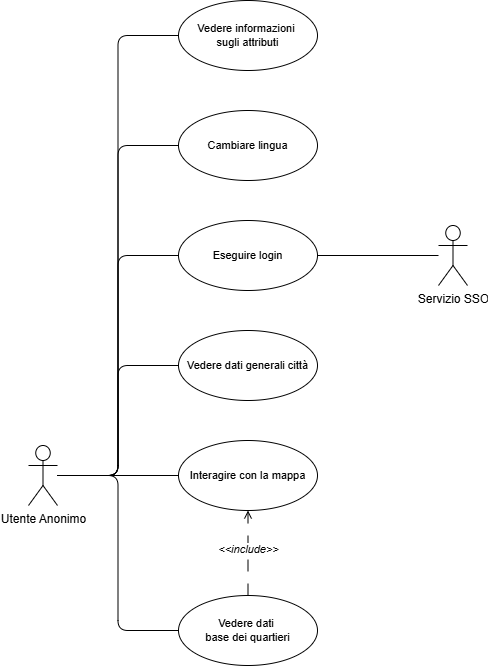
Earlier version of the draw.io export deliverable/images/UseCase_diagrams/Utente_Anonimo.drawio.png (lucafano04/progettoIngenieriaSoftware). Source tidied: cells renumbered, new cells last; positions are measured from the earlier drawing's top-left corner, leaving out a move shared by most shapes. Its diagram source:
```xml
<mxGraphModel background="#FFFFFF">
  <root>
    <mxCell id="0" />
    <mxCell id="1" parent="0" />
    <mxCell id="2" style="edgeStyle=orthogonalEdgeStyle;shape=connector;curved=0;rounded=1;jettySize=auto;html=1;entryX=0;entryY=0.5;entryDx=0;entryDy=0;strokeColor=default;align=center;verticalAlign=middle;fontFamily=Helvetica;fontSize=11;fontColor=default;labelBackgroundColor=default;endArrow=none;endFill=0;" parent="1" edge="1" source="8" target="12">
      <mxGeometry relative="1" as="geometry" />
    </mxCell>
    <mxCell id="3" style="edgeStyle=orthogonalEdgeStyle;shape=connector;curved=0;rounded=1;jettySize=auto;html=1;entryX=0;entryY=0.5;entryDx=0;entryDy=0;strokeColor=default;align=center;verticalAlign=middle;fontFamily=Helvetica;fontSize=11;fontColor=default;labelBackgroundColor=default;endArrow=none;endFill=0;" parent="1" edge="1" source="8" target="9">
      <mxGeometry relative="1" as="geometry" />
    </mxCell>
    <mxCell id="4" style="edgeStyle=orthogonalEdgeStyle;shape=connector;curved=0;rounded=1;jettySize=auto;html=1;entryX=0;entryY=0.5;entryDx=0;entryDy=0;strokeColor=default;align=center;verticalAlign=middle;fontFamily=Helvetica;fontSize=11;fontColor=default;labelBackgroundColor=default;endArrow=none;endFill=0;" parent="1" edge="1" source="8" target="13">
      <mxGeometry relative="1" as="geometry" />
    </mxCell>
    <mxCell id="5" style="edgeStyle=orthogonalEdgeStyle;shape=connector;curved=0;rounded=1;jettySize=auto;html=1;entryX=0;entryY=0.5;entryDx=0;entryDy=0;strokeColor=default;align=center;verticalAlign=middle;fontFamily=Helvetica;fontSize=11;fontColor=default;labelBackgroundColor=default;endArrow=none;endFill=0;" parent="1" edge="1" source="8" target="10">
      <mxGeometry relative="1" as="geometry" />
    </mxCell>
    <mxCell id="6" style="edgeStyle=orthogonalEdgeStyle;shape=connector;curved=0;rounded=1;jettySize=auto;html=1;entryX=0;entryY=0.5;entryDx=0;entryDy=0;strokeColor=default;align=center;verticalAlign=middle;fontFamily=Helvetica;fontSize=11;fontColor=default;labelBackgroundColor=default;endArrow=none;endFill=0;" parent="1" edge="1" source="8" target="17">
      <mxGeometry relative="1" as="geometry" />
    </mxCell>
    <mxCell id="7" style="edgeStyle=orthogonalEdgeStyle;rounded=1;jettySize=auto;html=1;curved=0;endArrow=none;endFill=0;" parent="1" edge="1" source="8" target="14">
      <mxGeometry relative="1" as="geometry" />
    </mxCell>
    <mxCell id="8" value="Utente Anonimo" style="shape=umlActor;verticalLabelPosition=bottom;verticalAlign=top;html=1;outlineConnect=0;" parent="1" vertex="1">
      <mxGeometry y="445" width="29" height="60" as="geometry" />
    </mxCell>
    <mxCell id="9" value="Cambiare lingua" style="ellipse;whiteSpace=wrap;html=1;fontFamily=Helvetica;fontSize=11;fontColor=default;labelBackgroundColor=default;" parent="1" vertex="1">
      <mxGeometry x="150" y="110" width="139" height="70" as="geometry" />
    </mxCell>
    <mxCell id="10" value="Vedere dati generali città" style="ellipse;whiteSpace=wrap;html=1;fontFamily=Helvetica;fontSize=11;fontColor=default;labelBackgroundColor=default;" parent="1" vertex="1">
      <mxGeometry x="150" y="330" width="139" height="70" as="geometry" />
    </mxCell>
    <mxCell id="11" value="&lt;i style=&quot;&quot;&gt;&amp;lt;&amp;lt;include&amp;gt;&amp;gt;&lt;/i&gt;" style="edgeStyle=orthogonalEdgeStyle;shape=connector;curved=0;rounded=1;jettySize=auto;html=1;strokeColor=default;align=center;verticalAlign=middle;fontFamily=Helvetica;fontSize=11;fontColor=default;labelBackgroundColor=default;endArrow=open;endFill=0;startArrow=none;startFill=0;dashed=1;dashPattern=12 12;" parent="1" edge="1" source="12" target="14">
      <mxGeometry x="0.08" relative="1" as="geometry" />
    </mxCell>
    <mxCell id="12" value="Vedere dati&amp;nbsp;&lt;div&gt;base dei quartieri&lt;/div&gt;" style="ellipse;whiteSpace=wrap;html=1;fontFamily=Helvetica;fontSize=11;fontColor=default;labelBackgroundColor=default;" parent="1" vertex="1">
      <mxGeometry x="150" y="595" width="139" height="70" as="geometry" />
    </mxCell>
    <mxCell id="13" value="Eseguire login" style="ellipse;whiteSpace=wrap;html=1;fontFamily=Helvetica;fontSize=11;fontColor=default;labelBackgroundColor=default;" parent="1" vertex="1">
      <mxGeometry x="150" y="220" width="139" height="70" as="geometry" />
    </mxCell>
    <mxCell id="14" value="Interagire con la mappa" style="ellipse;whiteSpace=wrap;html=1;fontFamily=Helvetica;fontSize=11;fontColor=default;labelBackgroundColor=default;" parent="1" vertex="1">
      <mxGeometry x="150" y="440" width="139" height="70" as="geometry" />
    </mxCell>
    <mxCell id="15" style="edgeStyle=orthogonalEdgeStyle;rounded=1;jettySize=auto;html=1;entryX=1;entryY=0.5;entryDx=0;entryDy=0;curved=0;endArrow=none;endFill=0;" parent="1" edge="1" source="16" target="13">
      <mxGeometry relative="1" as="geometry" />
    </mxCell>
    <mxCell id="16" value="Servizio SSO" style="shape=umlActor;verticalLabelPosition=bottom;verticalAlign=top;html=1;" parent="1" vertex="1">
      <mxGeometry x="410" y="225" width="29" height="60" as="geometry" />
    </mxCell>
    <mxCell id="17" value="Vedere informazioni&amp;nbsp;&lt;div&gt;sugli attributi&lt;/div&gt;" style="ellipse;whiteSpace=wrap;html=1;fontFamily=Helvetica;fontSize=11;fontColor=default;labelBackgroundColor=default;" parent="1" vertex="1">
      <mxGeometry x="150" width="139" height="70" as="geometry" />
    </mxCell>
  </root>
</mxGraphModel>
```
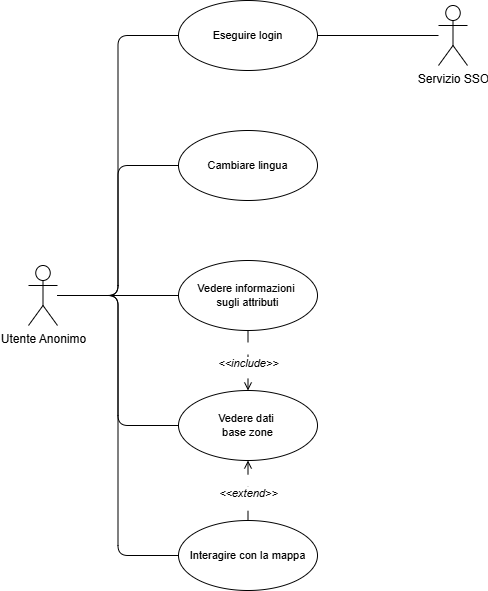
After the change.

Commit message:
updated utente_anonimo image

The edit, as a diff of the source:
```diff
@@ -11,44 +11,41 @@
     <mxCell id="4" style="edgeStyle=orthogonalEdgeStyle;shape=connector;curved=0;rounded=1;jettySize=auto;html=1;entryX=0;entryY=0.5;entryDx=0;entryDy=0;strokeColor=default;align=center;verticalAlign=middle;fontFamily=Helvetica;fontSize=11;fontColor=default;labelBackgroundColor=default;endArrow=none;endFill=0;" parent="1" edge="1" source="8" target="13">
       <mxGeometry relative="1" as="geometry" />
     </mxCell>
-    <mxCell id="5" style="edgeStyle=orthogonalEdgeStyle;shape=connector;curved=0;rounded=1;jettySize=auto;html=1;entryX=0;entryY=0.5;entryDx=0;entryDy=0;strokeColor=default;align=center;verticalAlign=middle;fontFamily=Helvetica;fontSize=11;fontColor=default;labelBackgroundColor=default;endArrow=none;endFill=0;" parent="1" edge="1" source="8" target="10">
-      <mxGeometry relative="1" as="geometry" />
-    </mxCell>
     <mxCell id="6" style="edgeStyle=orthogonalEdgeStyle;shape=connector;curved=0;rounded=1;jettySize=auto;html=1;entryX=0;entryY=0.5;entryDx=0;entryDy=0;strokeColor=default;align=center;verticalAlign=middle;fontFamily=Helvetica;fontSize=11;fontColor=default;labelBackgroundColor=default;endArrow=none;endFill=0;" parent="1" edge="1" source="8" target="17">
       <mxGeometry relative="1" as="geometry" />
     </mxCell>
-    <mxCell id="7" style="edgeStyle=orthogonalEdgeStyle;rounded=1;jettySize=auto;html=1;curved=0;endArrow=none;endFill=0;" parent="1" edge="1" source="8" target="14">
+    <mxCell id="7" style="edgeStyle=orthogonalEdgeStyle;rounded=1;jettySize=auto;html=1;entryX=0;entryY=0.5;entryDx=0;entryDy=0;curved=0;endArrow=none;endFill=0;" parent="1" edge="1" source="8" target="14">
       <mxGeometry relative="1" as="geometry" />
     </mxCell>
     <mxCell id="8" value="Utente Anonimo" style="shape=umlActor;verticalLabelPosition=bottom;verticalAlign=top;html=1;outlineConnect=0;" parent="1" vertex="1">
-      <mxGeometry y="445" width="29" height="60" as="geometry" />
+      <mxGeometry y="300" width="29" height="60" as="geometry" />
     </mxCell>
     <mxCell id="9" value="Cambiare lingua" style="ellipse;whiteSpace=wrap;html=1;fontFamily=Helvetica;fontSize=11;fontColor=default;labelBackgroundColor=default;" parent="1" vertex="1">
-      <mxGeometry x="150" y="110" width="139" height="70" as="geometry" />
+      <mxGeometry x="150" y="165" width="139" height="70" as="geometry" />
     </mxCell>
-    <mxCell id="10" value="Vedere dati generali città" style="ellipse;whiteSpace=wrap;html=1;fontFamily=Helvetica;fontSize=11;fontColor=default;labelBackgroundColor=default;" parent="1" vertex="1">
-      <mxGeometry x="150" y="330" width="139" height="70" as="geometry" />
-    </mxCell>
-    <mxCell id="11" value="&lt;i style=&quot;&quot;&gt;&amp;lt;&amp;lt;include&amp;gt;&amp;gt;&lt;/i&gt;" style="edgeStyle=orthogonalEdgeStyle;shape=connector;curved=0;rounded=1;jettySize=auto;html=1;strokeColor=default;align=center;verticalAlign=middle;fontFamily=Helvetica;fontSize=11;fontColor=default;labelBackgroundColor=default;endArrow=open;endFill=0;startArrow=none;startFill=0;dashed=1;dashPattern=12 12;" parent="1" edge="1" source="12" target="14">
+    <mxCell id="11" value="&lt;i style=&quot;&quot;&gt;&amp;lt;&amp;lt;extend&amp;gt;&amp;gt;&lt;/i&gt;" style="edgeStyle=orthogonalEdgeStyle;shape=connector;curved=0;rounded=1;jettySize=auto;html=1;strokeColor=default;align=center;verticalAlign=middle;fontFamily=Helvetica;fontSize=11;fontColor=default;labelBackgroundColor=default;endArrow=none;endFill=0;startArrow=open;startFill=0;dashed=1;dashPattern=12 12;" parent="1" edge="1" source="12" target="14">
       <mxGeometry x="0.08" relative="1" as="geometry" />
     </mxCell>
-    <mxCell id="12" value="Vedere dati&amp;nbsp;&lt;div&gt;base dei quartieri&lt;/div&gt;" style="ellipse;whiteSpace=wrap;html=1;fontFamily=Helvetica;fontSize=11;fontColor=default;labelBackgroundColor=default;" parent="1" vertex="1">
-      <mxGeometry x="150" y="595" width="139" height="70" as="geometry" />
+    <mxCell id="12" value="Vedere dati&amp;nbsp;&lt;div&gt;base zone&lt;/div&gt;" style="ellipse;whiteSpace=wrap;html=1;fontFamily=Helvetica;fontSize=11;fontColor=default;labelBackgroundColor=default;" parent="1" vertex="1">
+      <mxGeometry x="150" y="425" width="139" height="70" as="geometry" />
     </mxCell>
     <mxCell id="13" value="Eseguire login" style="ellipse;whiteSpace=wrap;html=1;fontFamily=Helvetica;fontSize=11;fontColor=default;labelBackgroundColor=default;" parent="1" vertex="1">
-      <mxGeometry x="150" y="220" width="139" height="70" as="geometry" />
+      <mxGeometry x="150" y="35" width="139" height="70" as="geometry" />
     </mxCell>
     <mxCell id="14" value="Interagire con la mappa" style="ellipse;whiteSpace=wrap;html=1;fontFamily=Helvetica;fontSize=11;fontColor=default;labelBackgroundColor=default;" parent="1" vertex="1">
-      <mxGeometry x="150" y="440" width="139" height="70" as="geometry" />
+      <mxGeometry x="150" y="555" width="139" height="70" as="geometry" />
     </mxCell>
     <mxCell id="15" style="edgeStyle=orthogonalEdgeStyle;rounded=1;jettySize=auto;html=1;entryX=1;entryY=0.5;entryDx=0;entryDy=0;curved=0;endArrow=none;endFill=0;" parent="1" edge="1" source="16" target="13">
       <mxGeometry relative="1" as="geometry" />
     </mxCell>
     <mxCell id="16" value="Servizio SSO" style="shape=umlActor;verticalLabelPosition=bottom;verticalAlign=top;html=1;" parent="1" vertex="1">
-      <mxGeometry x="410" y="225" width="29" height="60" as="geometry" />
+      <mxGeometry x="410" y="40" width="29" height="60" as="geometry" />
     </mxCell>
     <mxCell id="17" value="Vedere informazioni&amp;nbsp;&lt;div&gt;sugli attributi&lt;/div&gt;" style="ellipse;whiteSpace=wrap;html=1;fontFamily=Helvetica;fontSize=11;fontColor=default;labelBackgroundColor=default;" parent="1" vertex="1">
-      <mxGeometry x="150" width="139" height="70" as="geometry" />
+      <mxGeometry x="150" y="295" width="139" height="70" as="geometry" />
     </mxCell>
+    <mxCell id="18" value="&lt;i style=&quot;&quot;&gt;&amp;lt;&amp;lt;include&amp;gt;&amp;gt;&lt;/i&gt;" style="edgeStyle=orthogonalEdgeStyle;shape=connector;curved=0;rounded=1;jettySize=auto;html=1;strokeColor=default;align=center;verticalAlign=middle;fontFamily=Helvetica;fontSize=11;fontColor=default;labelBackgroundColor=default;endArrow=open;endFill=0;startArrow=none;startFill=0;dashed=1;dashPattern=12 12;exitX=0.5;exitY=1;exitDx=0;exitDy=0;entryX=0.5;entryY=0;entryDx=0;entryDy=0;" parent="1" edge="1" source="17" target="12">
+      <mxGeometry x="0.08" relative="1" as="geometry" />
+    </mxCell>
   </root>
 </mxGraphModel>
```
